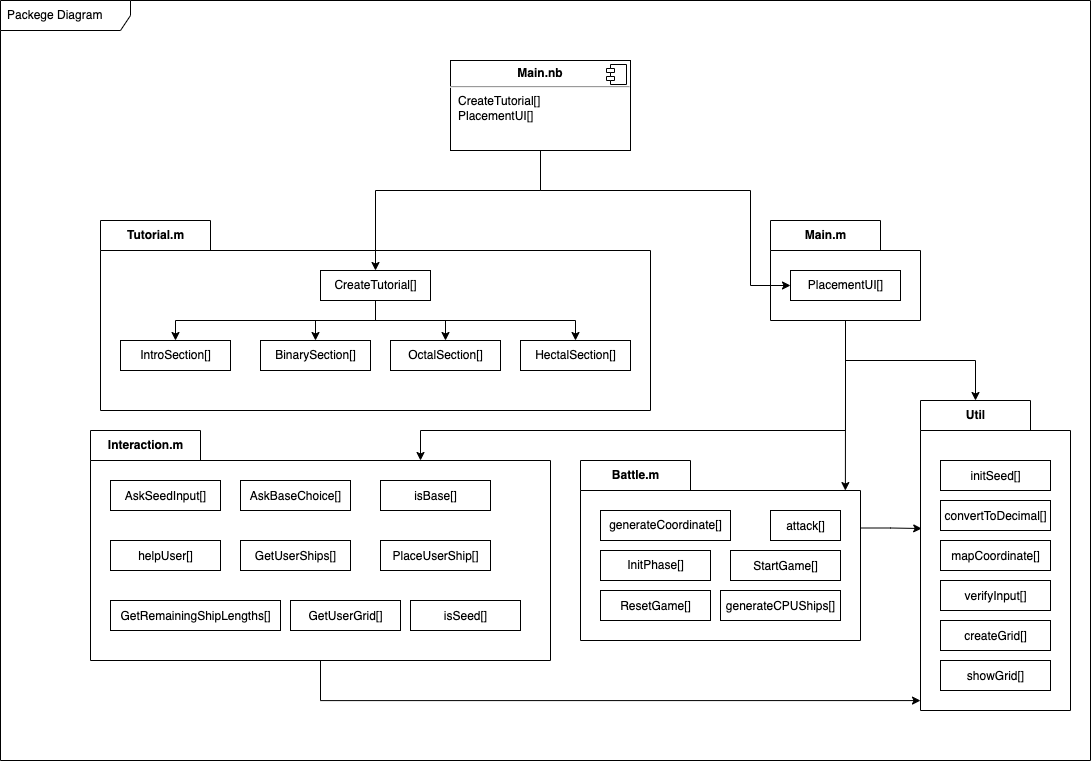
DanyR2001/A_colpi_di_bit keeps this draw.io diagram as Documentazione/Diagram/PackageDiagram.drawio.png. Above is the earlier version. Source tidied: cells renumbered, new cells last; positions are measured from the earlier drawing's top-left corner, leaving out a move shared by most shapes.
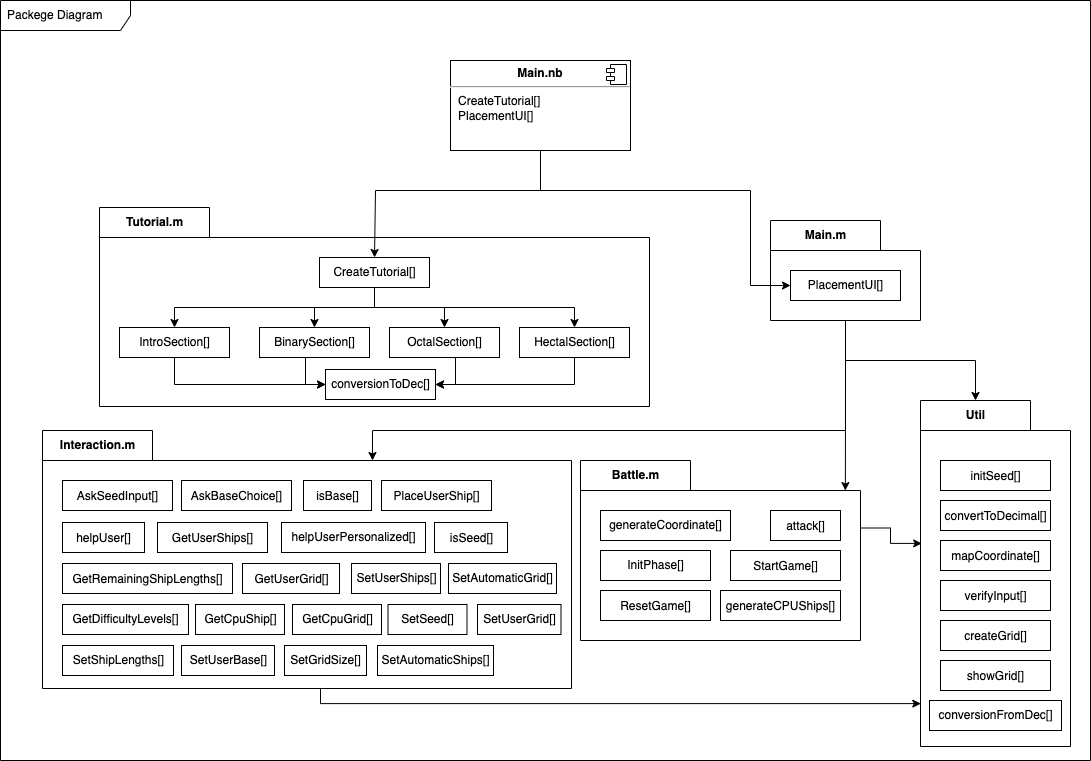
The same diagram one commit later.

Diff of the diagram source:
```diff
@@ -9,7 +9,7 @@
       <mxGeometry relative="1" as="geometry">
         <Array as="points">
           <mxPoint x="845" y="430" />
-          <mxPoint x="420" y="430" />
+          <mxPoint x="372" y="430" />
         </Array>
       </mxGeometry>
     </mxCell>
@@ -30,7 +30,7 @@
       </mxGeometry>
     </mxCell>
     <mxCell id="8" value="Tutorial.m" style="shape=folder;fontStyle=1;tabWidth=110;tabHeight=30;tabPosition=left;html=1;boundedLbl=1;labelInHeader=1;fontFamily=Helvetica;fontSize=12;fontColor=default;fillColor=none;" parent="1" vertex="1">
-      <mxGeometry x="100" y="220" width="550" height="190" as="geometry" />
+      <mxGeometry x="99" y="207" width="550" height="199" as="geometry" />
     </mxCell>
     <mxCell id="9" style="edgeStyle=orthogonalEdgeStyle;rounded=0;jettySize=auto;html=1;entryX=0.5;entryY=0;entryDx=0;entryDy=0;fontFamily=Helvetica;fontSize=12;fontColor=default;" parent="8" edge="1" source="13" target="14">
       <mxGeometry relative="1" as="geometry">
@@ -64,18 +64,45 @@
         <mxPoint x="220" y="50" as="offset" />
       </mxGeometry>
     </mxCell>
+    <mxCell id="48" style="edgeStyle=orthogonalEdgeStyle;rounded=0;jettySize=auto;html=1;exitX=0.5;exitY=1;exitDx=0;exitDy=0;entryX=0;entryY=0.5;entryDx=0;entryDy=0;" parent="8" edge="1" source="14" target="51">
+      <mxGeometry relative="1" as="geometry" />
+    </mxCell>
     <mxCell id="14" value="IntroSection[]" style="html=1;fontFamily=Helvetica;fontSize=12;fontColor=default;fillColor=none;" parent="8" vertex="1">
       <mxGeometry x="20" y="120" width="110" height="30" as="geometry" />
     </mxCell>
     <mxCell id="15" value="BinarySection[]" style="html=1;fontFamily=Helvetica;fontSize=12;fontColor=default;fillColor=none;" parent="8" vertex="1">
       <mxGeometry x="160" y="120" width="110" height="30" as="geometry" />
     </mxCell>
+    <mxCell id="49" style="edgeStyle=orthogonalEdgeStyle;rounded=0;jettySize=auto;html=1;entryX=1;entryY=0.5;entryDx=0;entryDy=0;" parent="8" edge="1" source="16" target="51">
+      <mxGeometry relative="1" as="geometry">
+        <Array as="points">
+          <mxPoint x="356" y="177" />
+        </Array>
+      </mxGeometry>
+    </mxCell>
     <mxCell id="16" value="OctalSection[]" style="html=1;fontFamily=Helvetica;fontSize=12;fontColor=default;fillColor=none;" parent="8" vertex="1">
       <mxGeometry x="290" y="120" width="110" height="30" as="geometry" />
     </mxCell>
+    <mxCell id="50" style="edgeStyle=orthogonalEdgeStyle;rounded=0;jettySize=auto;html=1;entryX=1;entryY=0.5;entryDx=0;entryDy=0;" parent="8" edge="1" source="17" target="51">
+      <mxGeometry relative="1" as="geometry">
+        <Array as="points">
+          <mxPoint x="475" y="177" />
+        </Array>
+      </mxGeometry>
+    </mxCell>
     <mxCell id="17" value="HectalSection[]" style="html=1;fontFamily=Helvetica;fontSize=12;fontColor=default;fillColor=none;" parent="8" vertex="1">
       <mxGeometry x="420" y="120" width="110" height="30" as="geometry" />
     </mxCell>
+    <mxCell id="51" value="conversionToDec[]" style="html=1;fontFamily=Helvetica;fontSize=12;fontColor=default;fillColor=none;" parent="8" vertex="1">
+      <mxGeometry x="226" y="162" width="110" height="30" as="geometry" />
+    </mxCell>
+    <mxCell id="52" style="edgeStyle=orthogonalEdgeStyle;rounded=0;jettySize=auto;html=1;entryX=0;entryY=0.5;entryDx=0;entryDy=0;" parent="8" edge="1" source="15" target="51">
+      <mxGeometry relative="1" as="geometry">
+        <Array as="points">
+          <mxPoint x="206" y="177" />
+        </Array>
+      </mxGeometry>
+    </mxCell>
     <mxCell id="18" style="edgeStyle=orthogonalEdgeStyle;rounded=0;jettySize=auto;html=1;entryX=0.5;entryY=0;entryDx=0;entryDy=0;fontFamily=Helvetica;fontSize=12;fontColor=default;" parent="1" edge="1" source="20" target="13">
       <mxGeometry relative="1" as="geometry">
         <Array as="points">
@@ -101,15 +128,15 @@
         <mxPoint x="-24" y="4" as="offset" />
       </mxGeometry>
     </mxCell>
-    <mxCell id="22" style="edgeStyle=orthogonalEdgeStyle;rounded=0;jettySize=auto;html=1;entryX=0;entryY=0.968;entryDx=0;entryDy=0;entryPerimeter=0;fontFamily=Helvetica;fontSize=12;fontColor=default;" parent="1" edge="1" source="23" target="41">
+    <mxCell id="22" style="edgeStyle=orthogonalEdgeStyle;rounded=0;jettySize=auto;html=1;entryX=0.002;entryY=0.876;entryDx=0;entryDy=0;entryPerimeter=0;fontFamily=Helvetica;fontSize=12;fontColor=default;" parent="1" edge="1" source="23" target="41">
       <mxGeometry relative="1" as="geometry">
         <Array as="points">
-          <mxPoint x="320" y="700" />
+          <mxPoint x="320" y="703" />
         </Array>
       </mxGeometry>
     </mxCell>
     <mxCell id="23" value="Interaction.m" style="shape=folder;fontStyle=1;tabWidth=110;tabHeight=30;tabPosition=left;html=1;boundedLbl=1;labelInHeader=1;fontFamily=Helvetica;fontSize=12;fontColor=default;fillColor=none;" parent="1" vertex="1">
-      <mxGeometry x="90" y="430" width="460" height="230" as="geometry" />
+      <mxGeometry x="42" y="430" width="529" height="258" as="geometry" />
     </mxCell>
     <mxCell id="24" value="&lt;span&gt;&lt;font style=&quot;font-size: 12px&quot;&gt;AskSeedInput[]&lt;/font&gt;&lt;/span&gt;&lt;span style=&quot;font-size: medium&quot;&gt;&lt;/span&gt;" style="html=1;fontFamily=Helvetica;fontSize=12;fontColor=default;fillColor=none;" parent="23" vertex="1">
       <mxGeometry width="110" height="30" relative="1" as="geometry">
@@ -117,29 +144,65 @@
       </mxGeometry>
     </mxCell>
     <mxCell id="25" value="&lt;span&gt;&lt;font style=&quot;font-size: 12px&quot;&gt;helpUser[]&lt;/font&gt;&lt;/span&gt;&lt;span style=&quot;font-size: medium&quot;&gt;&lt;/span&gt;" style="html=1;fontFamily=Helvetica;fontSize=12;fontColor=default;fillColor=none;" parent="23" vertex="1">
-      <mxGeometry x="20" y="110" width="110" height="30" as="geometry" />
+      <mxGeometry x="20" y="92" width="82" height="30" as="geometry" />
     </mxCell>
     <mxCell id="26" value="&lt;span&gt;&lt;font style=&quot;font-size: 12px&quot;&gt;GetUserGrid[]&lt;/font&gt;&lt;/span&gt;&lt;span style=&quot;font-size: medium&quot;&gt;&lt;/span&gt;" style="html=1;fontFamily=Helvetica;fontSize=12;fontColor=default;fillColor=none;" parent="23" vertex="1">
-      <mxGeometry x="200" y="170" width="110" height="30" as="geometry" />
+      <mxGeometry x="200" y="133" width="97" height="30" as="geometry" />
     </mxCell>
     <mxCell id="27" value="&lt;span&gt;&lt;font style=&quot;font-size: 12px&quot;&gt;GetRemainingShipLengths[]&lt;/font&gt;&lt;/span&gt;&lt;span style=&quot;font-size: medium&quot;&gt;&lt;/span&gt;" style="html=1;fontFamily=Helvetica;fontSize=12;fontColor=default;fillColor=none;" parent="23" vertex="1">
-      <mxGeometry x="20" y="170" width="170" height="30" as="geometry" />
+      <mxGeometry x="20" y="133" width="170" height="30" as="geometry" />
     </mxCell>
     <mxCell id="28" value="&lt;span&gt;&lt;font style=&quot;font-size: 12px&quot;&gt;AskBaseChoice[]&lt;/font&gt;&lt;/span&gt;&lt;span style=&quot;font-size: medium&quot;&gt;&lt;/span&gt;" style="html=1;fontFamily=Helvetica;fontSize=12;fontColor=default;fillColor=none;" parent="23" vertex="1">
-      <mxGeometry x="150" y="50" width="110" height="30" as="geometry" />
+      <mxGeometry x="139" y="50" width="110" height="30" as="geometry" />
     </mxCell>
     <mxCell id="29" value="&lt;span&gt;&lt;font style=&quot;font-size: 12px&quot;&gt;PlaceUserShip[]&lt;/font&gt;&lt;/span&gt;&lt;span style=&quot;font-size: medium&quot;&gt;&lt;/span&gt;" style="html=1;fontFamily=Helvetica;fontSize=12;fontColor=default;fillColor=none;" parent="23" vertex="1">
-      <mxGeometry x="290" y="110" width="110" height="30" as="geometry" />
+      <mxGeometry x="339" y="50" width="110" height="30" as="geometry" />
     </mxCell>
     <mxCell id="30" value="&lt;span&gt;&lt;font style=&quot;font-size: 12px&quot;&gt;isSeed[]&lt;/font&gt;&lt;/span&gt;&lt;span style=&quot;font-size: medium&quot;&gt;&lt;/span&gt;" style="html=1;fontFamily=Helvetica;fontSize=12;fontColor=default;fillColor=none;" parent="23" vertex="1">
-      <mxGeometry x="320" y="170" width="110" height="30" as="geometry" />
+      <mxGeometry x="392" y="92" width="73" height="30" as="geometry" />
     </mxCell>
     <mxCell id="31" value="&lt;span&gt;&lt;font style=&quot;font-size: 12px&quot;&gt;isBase[]&lt;/font&gt;&lt;/span&gt;&lt;span style=&quot;font-size: medium&quot;&gt;&lt;/span&gt;" style="html=1;fontFamily=Helvetica;fontSize=12;fontColor=default;fillColor=none;" parent="23" vertex="1">
-      <mxGeometry x="290" y="50" width="110" height="30" as="geometry" />
+      <mxGeometry x="261" y="50" width="68" height="30" as="geometry" />
     </mxCell>
     <mxCell id="32" value="&lt;span&gt;&lt;font style=&quot;font-size: 12px&quot;&gt;GetUserShips[]&lt;/font&gt;&lt;/span&gt;&lt;span style=&quot;font-size: medium&quot;&gt;&lt;/span&gt;" style="html=1;fontFamily=Helvetica;fontSize=12;fontColor=default;fillColor=none;" parent="23" vertex="1">
-      <mxGeometry x="150" y="110" width="110" height="30" as="geometry" />
+      <mxGeometry x="115" y="92" width="110" height="30" as="geometry" />
     </mxCell>
+    <mxCell id="53" value="helpUserPersonalized[]" style="html=1;fontFamily=Helvetica;fontSize=12;fontColor=default;fillColor=none;" parent="23" vertex="1">
+      <mxGeometry x="239" y="92" width="144" height="30" as="geometry" />
+    </mxCell>
+    <mxCell id="54" value="GetDifficultyLevels[]" style="html=1;fontFamily=Helvetica;fontSize=12;fontColor=default;fillColor=none;" parent="23" vertex="1">
+      <mxGeometry x="20" y="174" width="126" height="30" as="geometry" />
+    </mxCell>
+    <mxCell id="55" value="GetCpuShip[]" style="html=1;fontFamily=Helvetica;fontSize=12;fontColor=default;fillColor=none;" parent="23" vertex="1">
+      <mxGeometry x="153" y="174" width="89" height="30" as="geometry" />
+    </mxCell>
+    <mxCell id="56" value="GetCpuGrid[]" style="html=1;fontFamily=Helvetica;fontSize=12;fontColor=default;fillColor=none;" parent="23" vertex="1">
+      <mxGeometry x="250" y="174" width="89" height="30" as="geometry" />
+    </mxCell>
+    <mxCell id="57" value="SetShipLengths[]" style="html=1;fontFamily=Helvetica;fontSize=12;fontColor=default;fillColor=none;" parent="23" vertex="1">
+      <mxGeometry x="20" y="215" width="111" height="30" as="geometry" />
+    </mxCell>
+    <mxCell id="58" value="SetUserBase[]" style="html=1;fontFamily=Helvetica;fontSize=12;fontColor=default;fillColor=none;" parent="23" vertex="1">
+      <mxGeometry x="139" y="215" width="93" height="30" as="geometry" />
+    </mxCell>
+    <mxCell id="59" value="SetGridSize[]" style="html=1;fontFamily=Helvetica;fontSize=12;fontColor=default;fillColor=none;" parent="23" vertex="1">
+      <mxGeometry x="242" y="215" width="82" height="30" as="geometry" />
+    </mxCell>
+    <mxCell id="60" value="SetAutomaticShips[]" style="html=1;fontFamily=Helvetica;fontSize=12;fontColor=default;fillColor=none;" parent="23" vertex="1">
+      <mxGeometry x="335" y="215" width="116" height="30" as="geometry" />
+    </mxCell>
+    <mxCell id="61" value="SetSeed[]" style="html=1;fontFamily=Helvetica;fontSize=12;fontColor=default;fillColor=none;" parent="23" vertex="1">
+      <mxGeometry x="345.5" y="174" width="79" height="30" as="geometry" />
+    </mxCell>
+    <mxCell id="62" value="SetUserShips[]" style="html=1;fontFamily=Helvetica;fontSize=12;fontColor=default;fillColor=none;" parent="23" vertex="1">
+      <mxGeometry x="309" y="133" width="89" height="30" as="geometry" />
+    </mxCell>
+    <mxCell id="63" value="SetAutomaticGrid[]" style="html=1;fontFamily=Helvetica;fontSize=12;fontColor=default;fillColor=none;" parent="23" vertex="1">
+      <mxGeometry x="406" y="133" width="108" height="30" as="geometry" />
+    </mxCell>
+    <mxCell id="64" value="SetUserGrid[]" style="html=1;fontFamily=Helvetica;fontSize=12;fontColor=default;fillColor=none;" parent="23" vertex="1">
+      <mxGeometry x="435" y="174" width="83.5" height="30" as="geometry" />
+    </mxCell>
     <mxCell id="33" style="edgeStyle=orthogonalEdgeStyle;rounded=0;jettySize=auto;html=1;exitX=0;exitY=0;exitDx=280;exitDy=67.5;exitPerimeter=0;entryX=0.008;entryY=0.413;entryDx=0;entryDy=0;entryPerimeter=0;fontFamily=Helvetica;fontSize=12;fontColor=default;" parent="1" edge="1" source="34" target="41">
       <mxGeometry relative="1" as="geometry" />
     </mxCell>
@@ -167,7 +230,7 @@
       <mxGeometry x="20" y="90" width="110" height="30" as="geometry" />
     </mxCell>
     <mxCell id="41" value="Util" style="shape=folder;fontStyle=1;tabWidth=110;tabHeight=30;tabPosition=left;html=1;boundedLbl=1;labelInHeader=1;fontFamily=Helvetica;fontSize=12;fontColor=default;fillColor=none;" parent="1" vertex="1">
-      <mxGeometry x="920" y="400" width="150" height="310" as="geometry" />
+      <mxGeometry x="920" y="400" width="150" height="346" as="geometry" />
     </mxCell>
     <mxCell id="42" value="&lt;span&gt;&lt;font style=&quot;font-size: 12px&quot;&gt;initSeed[]&lt;/font&gt;&lt;/span&gt;&lt;span style=&quot;font-size: medium&quot;&gt;&lt;/span&gt;" style="html=1;fontFamily=Helvetica;fontSize=12;fontColor=default;fillColor=none;" parent="41" vertex="1">
       <mxGeometry width="110" height="30" relative="1" as="geometry">
@@ -189,5 +252,8 @@
     <mxCell id="47" value="&lt;span&gt;&lt;font style=&quot;font-size: 12px&quot;&gt;showGrid[]&lt;/font&gt;&lt;/span&gt;&lt;span style=&quot;font-size: medium&quot;&gt;&lt;/span&gt;" style="html=1;fontFamily=Helvetica;fontSize=12;fontColor=default;fillColor=none;" parent="41" vertex="1">
       <mxGeometry x="20" y="260" width="110" height="30" as="geometry" />
     </mxCell>
+    <mxCell id="65" value="conversionFromDec[]" style="html=1;fontFamily=Helvetica;fontSize=12;fontColor=default;fillColor=none;" parent="41" vertex="1">
+      <mxGeometry x="9" y="300" width="132" height="30" as="geometry" />
+    </mxCell>
   </root>
 </mxGraphModel>
```
